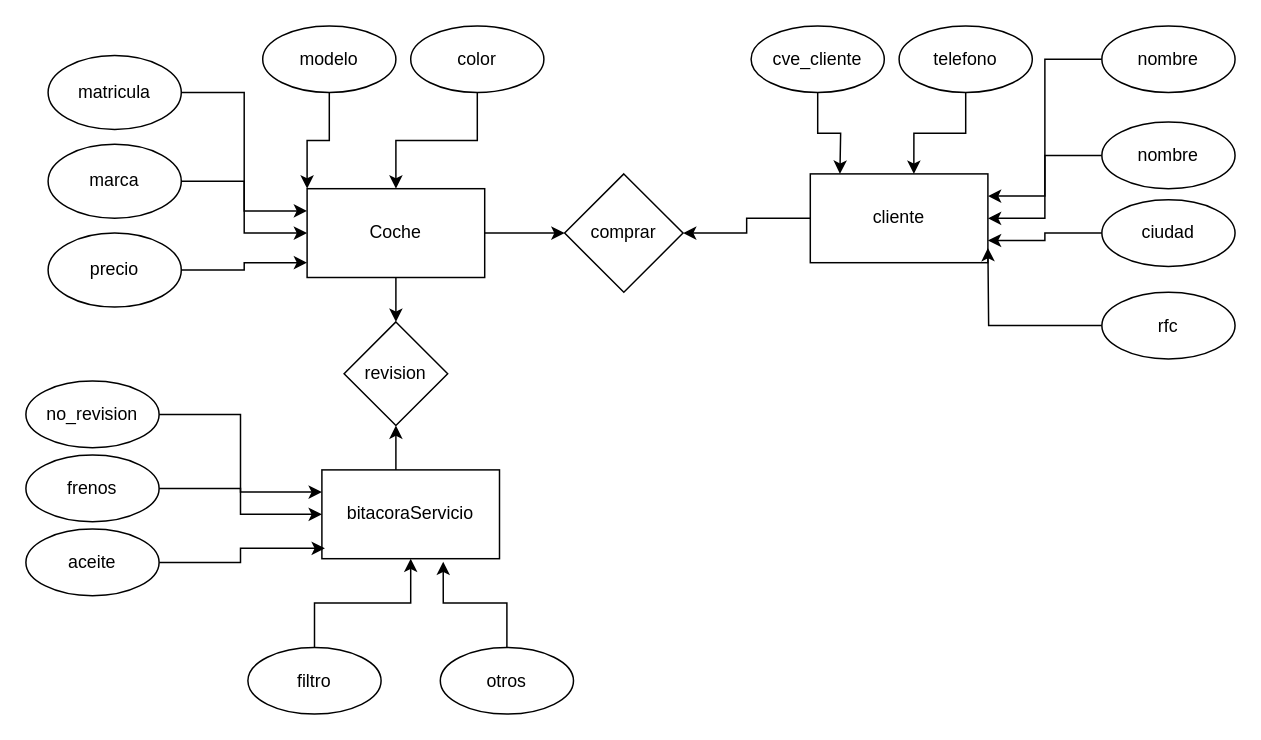
Above: ejercicio2.drawio in sofiaGibHub/baseDatos (draw.io), before the change. Source tidied: cells renumbered, new cells numbered last; positions are measured from the earlier drawing's top-left corner, leaving out a move shared by most shapes. Both pictures are drawn from the tidied source at 148%, with x=0, y=0 at pixel (25, 25).
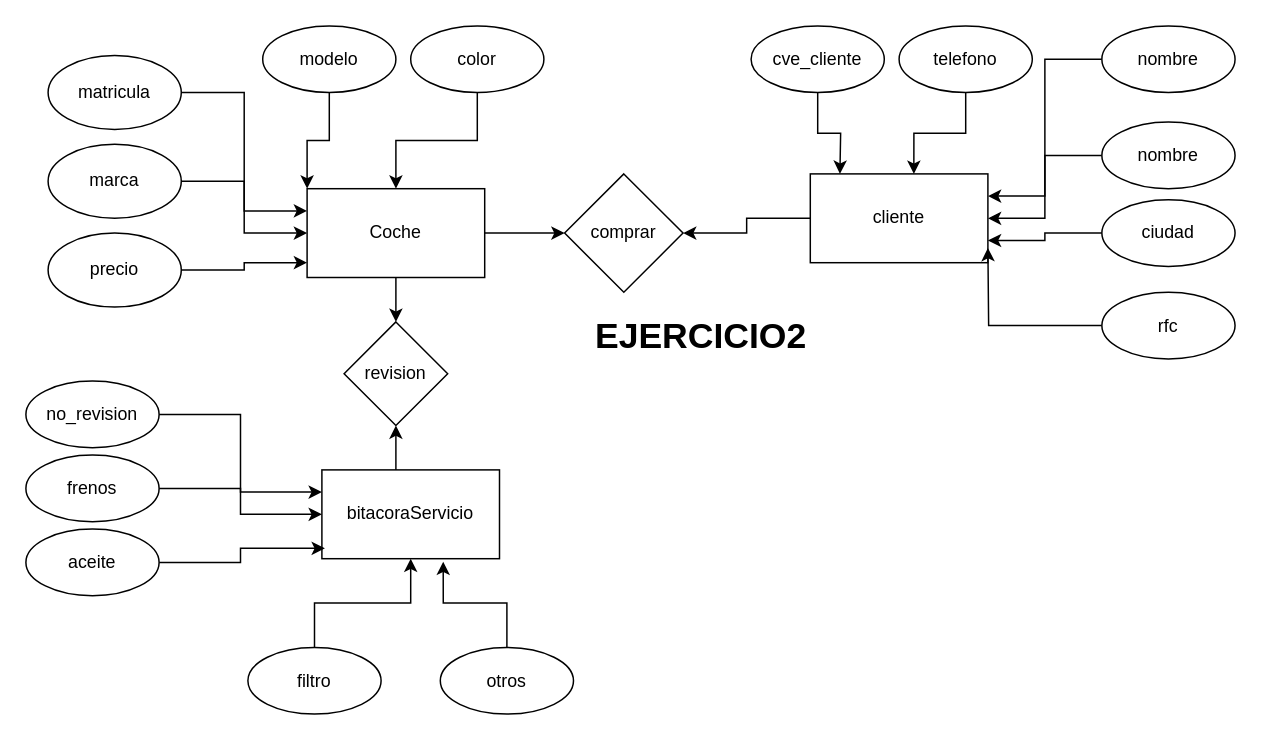
The same diagram, later.

The edit, as a diff of the source:
```diff
@@
+    <mxCell id="43" value="&lt;h1&gt;EJERCICIO2&lt;/h1&gt;" style="text;html=1;strokeColor=none;fillColor=none;spacing=5;spacingTop=-20;whiteSpace=wrap;overflow=hidden;rounded=0;" parent="1" vertex="1">
+      <mxGeometry x="380" y="190" width="190" height="120" as="geometry" />
+    </mxCell>
```
